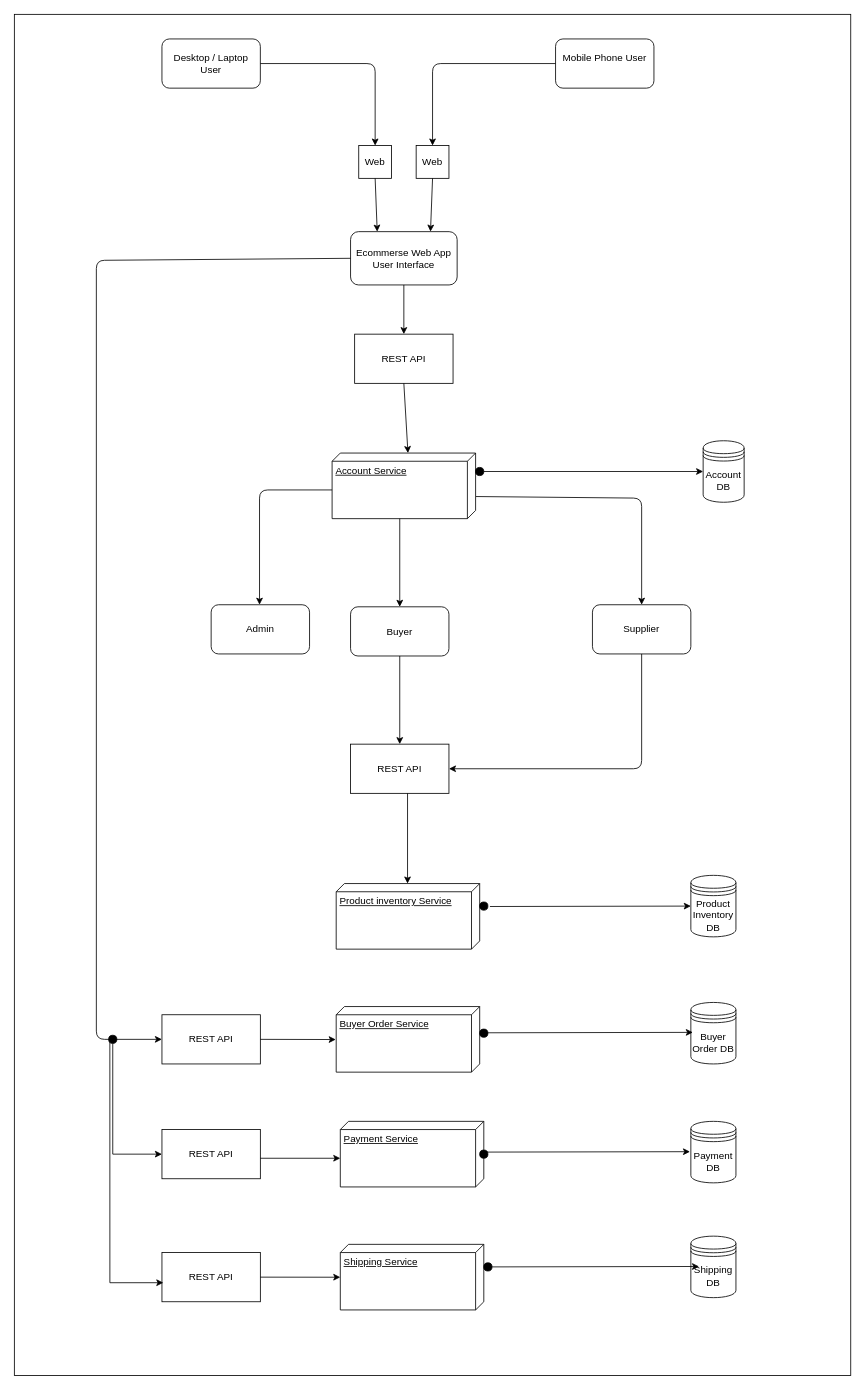
This is Documentation/Diagrams/System Architecture/Architecture.drawio from sahanjayawardena9619/PAF_Project, a draw.io file, before an edit. Source tidied: cells renumbered, new cells numbered last; positions are measured from the earlier drawing's top-left corner, leaving out a move shared by most shapes. Both pictures are drawn from the tidied source at 82%, with x=0, y=0 at pixel (14, 14).
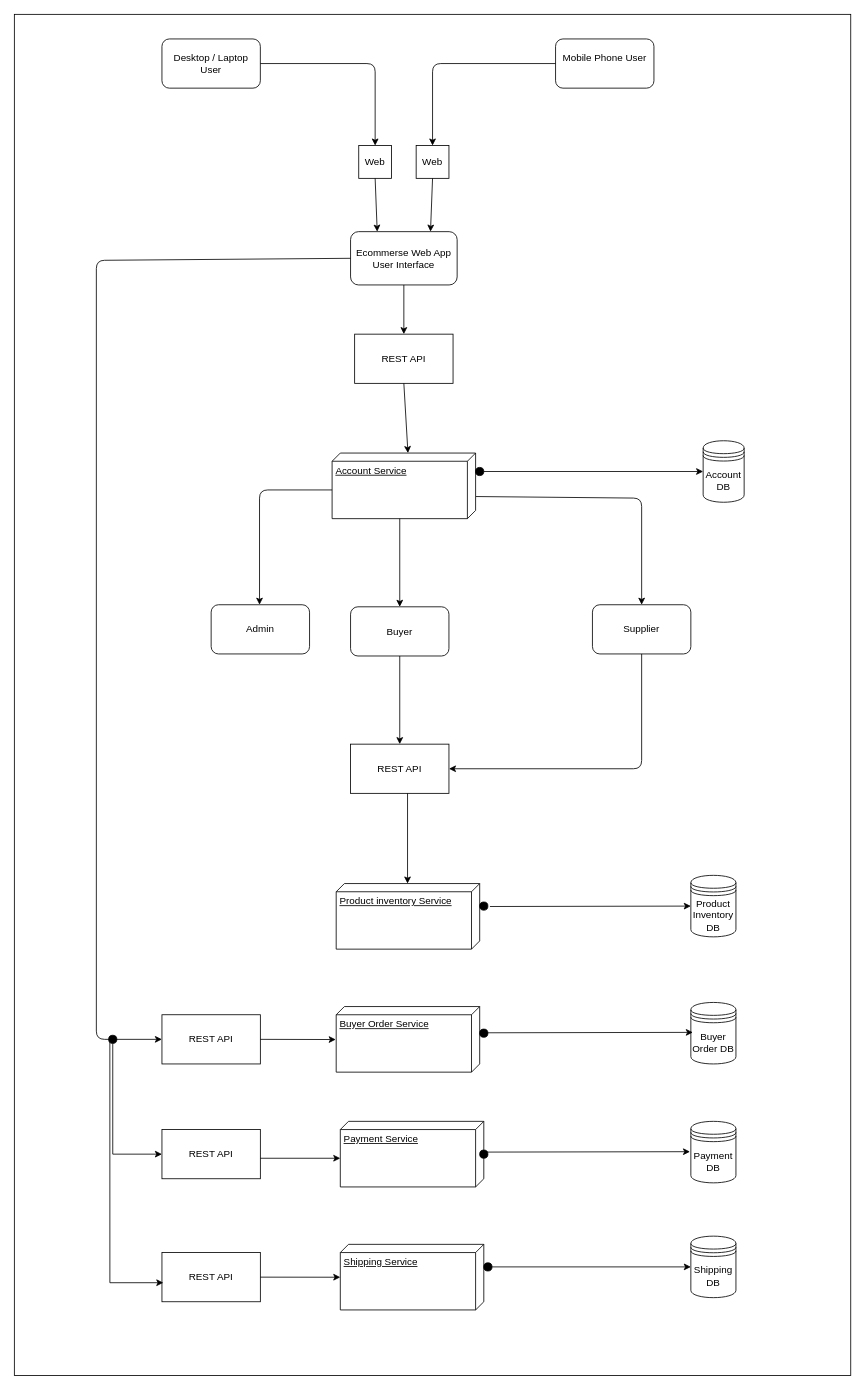
Above is the later version.

Unchanged cells that the change refers to:
```xml
<mxCell id="50" value="Shipping DB" style="shape=datastore;whiteSpace=wrap;html=1;" parent="1" vertex="1">
  <mxGeometry x="825" y="1490" width="55" height="75" as="geometry" />
</mxCell>
<mxCell id="54" style="ellipse;whiteSpace=wrap;html=1;fillColor=#000000;" parent="1" vertex="1">
  <mxGeometry x="572.5" y="1522.5" width="10" height="10" as="geometry" />
</mxCell>
```

The edit, as a diff of the source:
```diff
@@
-    <mxCell id="52" style="endArrow=classic;html=1;entryX=0;entryY=0.5;entryDx=0;entryDy=0;exitX=1;exitY=0.5;exitDx=0;exitDy=0;" parent="1" edge="1" source="54">
-      <mxGeometry relative="1" as="geometry">
-        <mxPoint x="835" y="1527" as="targetPoint" />
-      </mxGeometry>
+    <mxCell id="52" style="endArrow=classic;html=1;exitX=1;exitY=0.5;exitDx=0;exitDy=0;entryX=0;entryY=0.5;entryDx=0;entryDy=0;" parent="1" edge="1" source="54" target="50">
+      <mxGeometry relative="1" as="geometry" />
     </mxCell>
```
